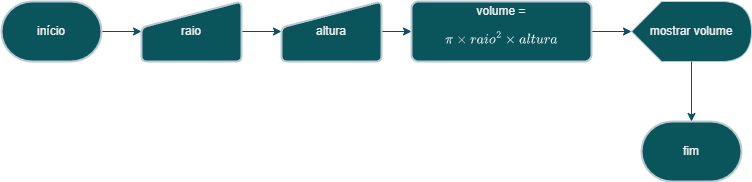
kf-martins-uel/algoritmos-atividade1 keeps this draw.io diagram as Parte-1/Atividade3.png. Above is the earlier version. Source tidied: cells renumbered, new cells last; positions are measured from the earlier drawing's top-left corner, leaving out a move shared by most shapes.
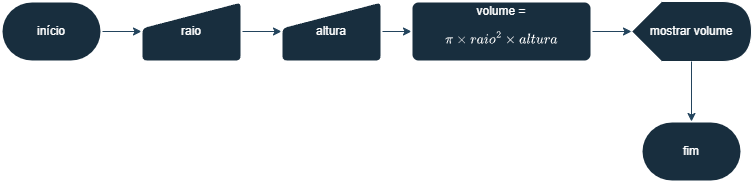
The same file after the commit.

Diff of the diagram source:
```diff
@@ -2,37 +2,37 @@
   <root>
     <mxCell id="0" />
     <mxCell id="1" parent="0" />
-    <mxCell id="2" style="edgeStyle=orthogonalEdgeStyle;rounded=0;jettySize=auto;html=1;labelBackgroundColor=none;strokeColor=#0B4D6A;fontColor=default;" parent="1" edge="1" source="3" target="6">
+    <mxCell id="2" style="edgeStyle=orthogonalEdgeStyle;rounded=0;jettySize=auto;html=1;labelBackgroundColor=none;strokeColor=#23445D;fontColor=default;" parent="1" edge="1" source="3" target="6">
       <mxGeometry relative="1" as="geometry" />
     </mxCell>
-    <mxCell id="3" value="início" style="strokeWidth=2;html=1;shape=mxgraph.flowchart.terminator;whiteSpace=wrap;labelBackgroundColor=none;fillColor=#09555B;strokeColor=#BAC8D3;fontColor=#EEEEEE;" parent="1" vertex="1">
+    <mxCell id="3" value="início" style="strokeWidth=2;html=1;shape=mxgraph.flowchart.terminator;whiteSpace=wrap;labelBackgroundColor=none;fillColor=#182E3E;strokeColor=#FFFFFF;fontColor=#FFFFFF;" parent="1" vertex="1">
       <mxGeometry width="100" height="60" as="geometry" />
     </mxCell>
-    <mxCell id="4" value="mostrar volume" style="shape=display;whiteSpace=wrap;html=1;labelBackgroundColor=none;fillColor=#09555B;strokeColor=#BAC8D3;fontColor=#EEEEEE;" parent="1" vertex="1">
+    <mxCell id="4" value="mostrar volume" style="shape=display;whiteSpace=wrap;html=1;labelBackgroundColor=none;fillColor=#182E3E;strokeColor=#FFFFFF;fontColor=#FFFFFF;" parent="1" vertex="1">
       <mxGeometry x="630" width="120" height="60" as="geometry" />
     </mxCell>
-    <mxCell id="5" style="edgeStyle=orthogonalEdgeStyle;rounded=0;jettySize=auto;html=1;labelBackgroundColor=none;strokeColor=#0B4D6A;fontColor=default;" parent="1" edge="1" source="6" target="8">
+    <mxCell id="5" style="edgeStyle=orthogonalEdgeStyle;rounded=0;jettySize=auto;html=1;labelBackgroundColor=none;strokeColor=#23445D;fontColor=default;" parent="1" edge="1" source="6" target="8">
       <mxGeometry relative="1" as="geometry" />
     </mxCell>
-    <mxCell id="6" value="raio" style="html=1;strokeWidth=2;shape=manualInput;whiteSpace=wrap;rounded=1;size=26;arcSize=11;labelBackgroundColor=none;fillColor=#09555B;strokeColor=#BAC8D3;fontColor=#EEEEEE;" parent="1" vertex="1">
+    <mxCell id="6" value="raio" style="html=1;strokeWidth=2;shape=manualInput;whiteSpace=wrap;rounded=1;size=26;arcSize=11;labelBackgroundColor=none;fillColor=#182E3E;strokeColor=#FFFFFF;fontColor=#FFFFFF;" parent="1" vertex="1">
       <mxGeometry x="140" width="100" height="60" as="geometry" />
     </mxCell>
-    <mxCell id="7" style="edgeStyle=orthogonalEdgeStyle;rounded=0;jettySize=auto;html=1;labelBackgroundColor=none;strokeColor=#0B4D6A;fontColor=default;" parent="1" edge="1" source="8" target="10">
+    <mxCell id="7" style="edgeStyle=orthogonalEdgeStyle;rounded=0;jettySize=auto;html=1;labelBackgroundColor=none;strokeColor=#23445D;fontColor=default;" parent="1" edge="1" source="8" target="10">
       <mxGeometry relative="1" as="geometry" />
     </mxCell>
-    <mxCell id="8" value="altura" style="html=1;strokeWidth=2;shape=manualInput;whiteSpace=wrap;rounded=1;size=26;arcSize=11;labelBackgroundColor=none;fillColor=#09555B;strokeColor=#BAC8D3;fontColor=#EEEEEE;" parent="1" vertex="1">
+    <mxCell id="8" value="altura" style="html=1;strokeWidth=2;shape=manualInput;whiteSpace=wrap;rounded=1;size=26;arcSize=11;labelBackgroundColor=none;fillColor=#182E3E;strokeColor=#FFFFFF;fontColor=#FFFFFF;" parent="1" vertex="1">
       <mxGeometry x="280" width="100" height="60" as="geometry" />
     </mxCell>
-    <mxCell id="9" style="edgeStyle=orthogonalEdgeStyle;rounded=0;jettySize=auto;html=1;labelBackgroundColor=none;strokeColor=#0B4D6A;fontColor=default;" parent="1" edge="1" source="10" target="4">
+    <mxCell id="9" style="edgeStyle=orthogonalEdgeStyle;rounded=0;jettySize=auto;html=1;labelBackgroundColor=none;strokeColor=#23445D;fontColor=default;" parent="1" edge="1" source="10" target="4">
       <mxGeometry relative="1" as="geometry" />
     </mxCell>
-    <mxCell id="10" value="volume = $$\pi\times raio^{2} \times altura$$" style="rounded=1;whiteSpace=wrap;html=1;absoluteArcSize=1;arcSize=14;strokeWidth=2;labelBackgroundColor=none;fillColor=#09555B;strokeColor=#BAC8D3;fontColor=#EEEEEE;" parent="1" vertex="1">
+    <mxCell id="10" value="volume = $$\pi\times raio^{2} \times altura$$" style="rounded=1;whiteSpace=wrap;html=1;absoluteArcSize=1;arcSize=14;strokeWidth=2;labelBackgroundColor=none;fillColor=#182E3E;strokeColor=#FFFFFF;fontColor=#FFFFFF;" parent="1" vertex="1">
       <mxGeometry x="410" width="180" height="60" as="geometry" />
     </mxCell>
-    <mxCell id="11" value="fim" style="strokeWidth=2;html=1;shape=mxgraph.flowchart.terminator;whiteSpace=wrap;labelBackgroundColor=none;fillColor=#09555B;strokeColor=#BAC8D3;fontColor=#EEEEEE;" parent="1" vertex="1">
+    <mxCell id="11" value="fim" style="strokeWidth=2;html=1;shape=mxgraph.flowchart.terminator;whiteSpace=wrap;labelBackgroundColor=none;fillColor=#182E3E;strokeColor=#FFFFFF;fontColor=#FFFFFF;" parent="1" vertex="1">
       <mxGeometry x="640" y="120" width="100" height="60" as="geometry" />
     </mxCell>
-    <mxCell id="12" style="edgeStyle=orthogonalEdgeStyle;rounded=0;jettySize=auto;html=1;entryX=0.5;entryY=0;entryDx=0;entryDy=0;entryPerimeter=0;labelBackgroundColor=none;strokeColor=#0B4D6A;fontColor=default;" parent="1" edge="1" source="4" target="11">
+    <mxCell id="12" style="edgeStyle=orthogonalEdgeStyle;rounded=0;jettySize=auto;html=1;entryX=0.5;entryY=0;entryDx=0;entryDy=0;entryPerimeter=0;labelBackgroundColor=none;strokeColor=#23445D;fontColor=default;" parent="1" edge="1" source="4" target="11">
       <mxGeometry relative="1" as="geometry" />
     </mxCell>
   </root>
```
